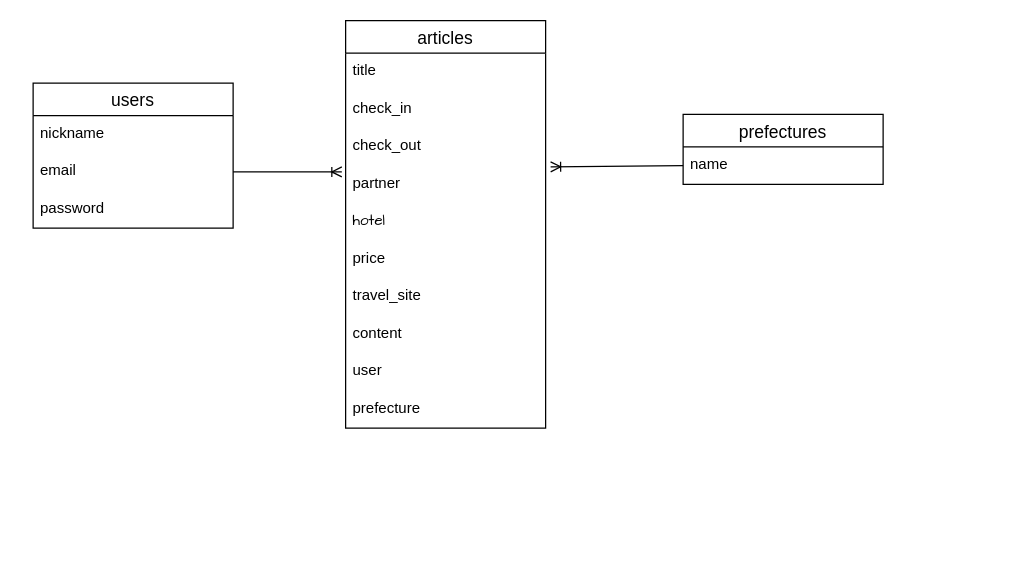
This is travel.dio from hahahahahahahahahahahahhaha1999/travel, a draw.io file, before an edit. Source tidied: cells renumbered, new cells numbered last; positions are measured from the earlier drawing's top-left corner, leaving out a move shared by most shapes. Both pictures are drawn from the tidied source at 125%, with x=0, y=0 at pixel (32, 20).
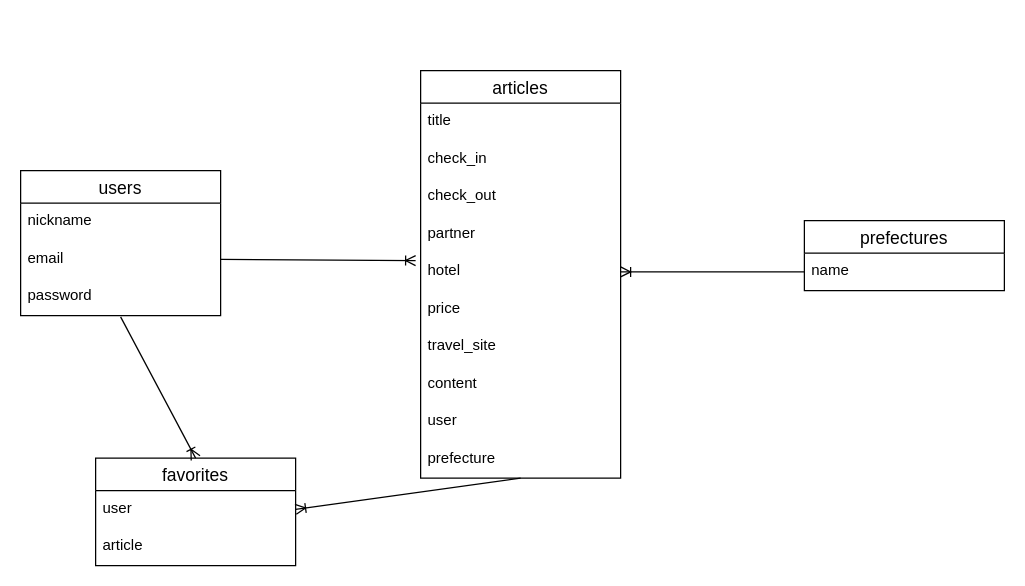
After the change.

Unchanged cells that the change refers to:
```xml
<mxCell id="4" value="email" style="text;strokeColor=none;fillColor=none;spacingLeft=4;spacingRight=4;overflow=hidden;points=[[0,0.5],[1,0.5]];portConstraint=eastwest;fontSize=12;sketch=1;hachureGap=4;jiggle=2;curveFitting=1;fontFamily=Helvetica;" parent="2" vertex="1">
  <mxGeometry y="56" width="160" height="30" as="geometry" />
</mxCell>
<mxCell id="5" value="password" style="text;strokeColor=none;fillColor=none;spacingLeft=4;spacingRight=4;overflow=hidden;points=[[0,0.5],[1,0.5]];portConstraint=eastwest;fontSize=12;sketch=1;hachureGap=4;jiggle=2;curveFitting=1;fontFamily=Helvetica;" parent="2" vertex="1">
  <mxGeometry y="86" width="160" height="30" as="geometry" />
</mxCell>
<mxCell id="10" value="partner" style="text;strokeColor=none;fillColor=none;spacingLeft=4;spacingRight=4;overflow=hidden;points=[[0,0.5],[1,0.5]];portConstraint=eastwest;fontSize=12;sketch=1;hachureGap=4;jiggle=2;curveFitting=1;fontFamily=Helvetica;fontColor=default;startSize=26;" parent="6" vertex="1">
  <mxGeometry y="116" width="160" height="30" as="geometry" />
</mxCell>
<mxCell id="16" value="prefecture" style="text;strokeColor=none;fillColor=none;spacingLeft=4;spacingRight=4;overflow=hidden;points=[[0,0.5],[1,0.5]];portConstraint=eastwest;fontSize=12;sketch=1;hachureGap=4;jiggle=2;curveFitting=1;fontFamily=Helvetica;fontColor=default;startSize=26;" parent="6" vertex="1">
  <mxGeometry y="296" width="160" height="30" as="geometry" />
</mxCell>
```

The edit, as a diff of the source:
```diff
@@
     <mxCell id="2" value="users" style="swimlane;fontStyle=0;horizontal=1;startSize=26;align=center;fontSize=14;hachureGap=4;fontFamily=Helvetica;" parent="1" vertex="1">
-      <mxGeometry y="50" width="160" height="116" as="geometry" />
+      <mxGeometry x="-10" y="120" width="160" height="116" as="geometry" />
     </mxCell>
@@
     <mxCell id="6" value="articles" style="swimlane;fontStyle=0;horizontal=1;startSize=26;align=center;fontSize=14;hachureGap=4;strokeColor=default;fontFamily=Helvetica;fontColor=default;fillColor=default;" parent="1" vertex="1">
-      <mxGeometry x="250" width="160" height="326" as="geometry" />
+      <mxGeometry x="310" y="40" width="160" height="326" as="geometry" />
     </mxCell>
@@
-    <mxCell id="11" value="hotel" style="text;strokeColor=none;fillColor=none;spacingLeft=4;spacingRight=4;overflow=hidden;points=[[0,0.5],[1,0.5]];portConstraint=eastwest;fontSize=12;hachureGap=4;fontFamily=Architects Daughter;" parent="6" vertex="1">
+    <mxCell id="11" value="hotel" style="text;strokeColor=none;fillColor=none;spacingLeft=4;spacingRight=4;overflow=hidden;points=[[0,0.5],[1,0.5]];portConstraint=eastwest;fontSize=12;hachureGap=4;fontFamily=Helvetica;" parent="6" vertex="1">
       <mxGeometry y="146" width="160" height="30" as="geometry" />
     </mxCell>
@@
     <mxCell id="17" value="prefectures" style="swimlane;fontStyle=0;horizontal=1;startSize=26;align=center;fontSize=14;hachureGap=4;strokeColor=default;fontFamily=Helvetica;fontColor=default;fillColor=default;fillStyle=auto;" parent="1" vertex="1">
-      <mxGeometry x="520" y="75" width="160" height="56" as="geometry" />
+      <mxGeometry x="617" y="160" width="160" height="56" as="geometry" />
     </mxCell>
-    <mxCell id="18" style="edgeStyle=none;hachureGap=4;html=1;exitX=1;exitY=0.5;exitDx=0;exitDy=0;entryX=-0.019;entryY=0.167;entryDx=0;entryDy=0;entryPerimeter=0;fontFamily=Architects Daughter;fontSize=16;endArrow=ERoneToMany;endFill=0;" parent="1" edge="1" source="4" target="10">
-      <mxGeometry relative="1" as="geometry" />
-    </mxCell>
+    <mxCell id="20" value="name" style="text;strokeColor=none;fillColor=none;spacingLeft=4;spacingRight=4;overflow=hidden;points=[[0,0.5],[1,0.5]];portConstraint=eastwest;fontSize=12;sketch=1;hachureGap=4;jiggle=2;curveFitting=1;fontFamily=Helvetica;fontColor=default;startSize=26;" parent="17" vertex="1">
+      <mxGeometry y="26" width="160" height="30" as="geometry" />
+    </mxCell>
-    <mxCell id="19" style="edgeStyle=none;sketch=0;hachureGap=4;jiggle=2;curveFitting=1;html=1;exitX=0;exitY=0.5;exitDx=0;exitDy=0;entryX=1.025;entryY=0.033;entryDx=0;entryDy=0;entryPerimeter=0;fontFamily=Architects Daughter;fontSize=16;endArrow=ERoneToMany;endFill=0;" parent="1" edge="1" source="20" target="10">
+    <mxCell id="19" style="edgeStyle=none;sketch=0;hachureGap=4;jiggle=2;curveFitting=1;html=1;exitX=0;exitY=0.5;exitDx=0;exitDy=0;fontFamily=Architects Daughter;fontSize=16;endArrow=ERoneToMany;endFill=0;entryX=1;entryY=0.5;entryDx=0;entryDy=0;" parent="1" edge="1" source="20" target="11">
       <mxGeometry relative="1" as="geometry" />
     </mxCell>
-    <mxCell id="20" value="name" style="text;strokeColor=none;fillColor=none;spacingLeft=4;spacingRight=4;overflow=hidden;points=[[0,0.5],[1,0.5]];portConstraint=eastwest;fontSize=12;sketch=1;hachureGap=4;jiggle=2;curveFitting=1;fontFamily=Helvetica;fontColor=default;startSize=26;" parent="1" vertex="1">
-      <mxGeometry x="520" y="101" width="160" height="30" as="geometry" />
-    </mxCell>
+    <mxCell id="21" value="favorites" style="swimlane;fontStyle=0;horizontal=1;startSize=26;align=center;fontSize=14;hachureGap=4;fontFamily=Helvetica;" parent="1" vertex="1">
+      <mxGeometry x="50" y="350" width="160" height="86" as="geometry" />
+    </mxCell>
+    <mxCell id="22" value="user" style="text;strokeColor=none;fillColor=none;spacingLeft=4;spacingRight=4;overflow=hidden;points=[[0,0.5],[1,0.5]];portConstraint=eastwest;fontSize=12;sketch=1;hachureGap=4;jiggle=2;curveFitting=1;fontFamily=Helvetica;" parent="21" vertex="1">
+      <mxGeometry y="26" width="160" height="30" as="geometry" />
+    </mxCell>
+    <mxCell id="23" value="article" style="text;strokeColor=none;fillColor=none;spacingLeft=4;spacingRight=4;overflow=hidden;fontSize=12;sketch=1;hachureGap=4;jiggle=2;curveFitting=1;fontFamily=Helvetica;" parent="21" vertex="1">
+      <mxGeometry y="56" width="160" height="30" as="geometry" />
+    </mxCell>
+    <mxCell id="24" style="edgeStyle=none;hachureGap=4;html=1;exitX=0.5;exitY=1.033;exitDx=0;exitDy=0;entryX=0.5;entryY=0;entryDx=0;entryDy=0;fontFamily=Helvetica;fontSize=16;exitPerimeter=0;endArrow=ERoneToMany;endFill=0;" parent="1" edge="1" source="5" target="21">
+      <mxGeometry relative="1" as="geometry" />
+    </mxCell>
+    <mxCell id="25" style="edgeStyle=none;sketch=0;hachureGap=4;jiggle=2;curveFitting=1;html=1;exitX=0.5;exitY=1;exitDx=0;exitDy=0;fontFamily=Helvetica;fontSize=16;endArrow=ERoneToMany;endFill=0;entryX=1;entryY=0.5;entryDx=0;entryDy=0;exitPerimeter=0;" parent="1" edge="1" source="16" target="22">
+      <mxGeometry relative="1" as="geometry" />
+    </mxCell>
+    <mxCell id="26" style="edgeStyle=none;sketch=0;hachureGap=4;jiggle=2;curveFitting=1;html=1;exitX=1;exitY=0.5;exitDx=0;exitDy=0;fontFamily=Helvetica;fontSize=16;endArrow=ERoneToMany;endFill=0;entryX=-0.025;entryY=0.2;entryDx=0;entryDy=0;entryPerimeter=0;" parent="1" edge="1" source="4" target="11">
+      <mxGeometry relative="1" as="geometry" />
+    </mxCell>
```
